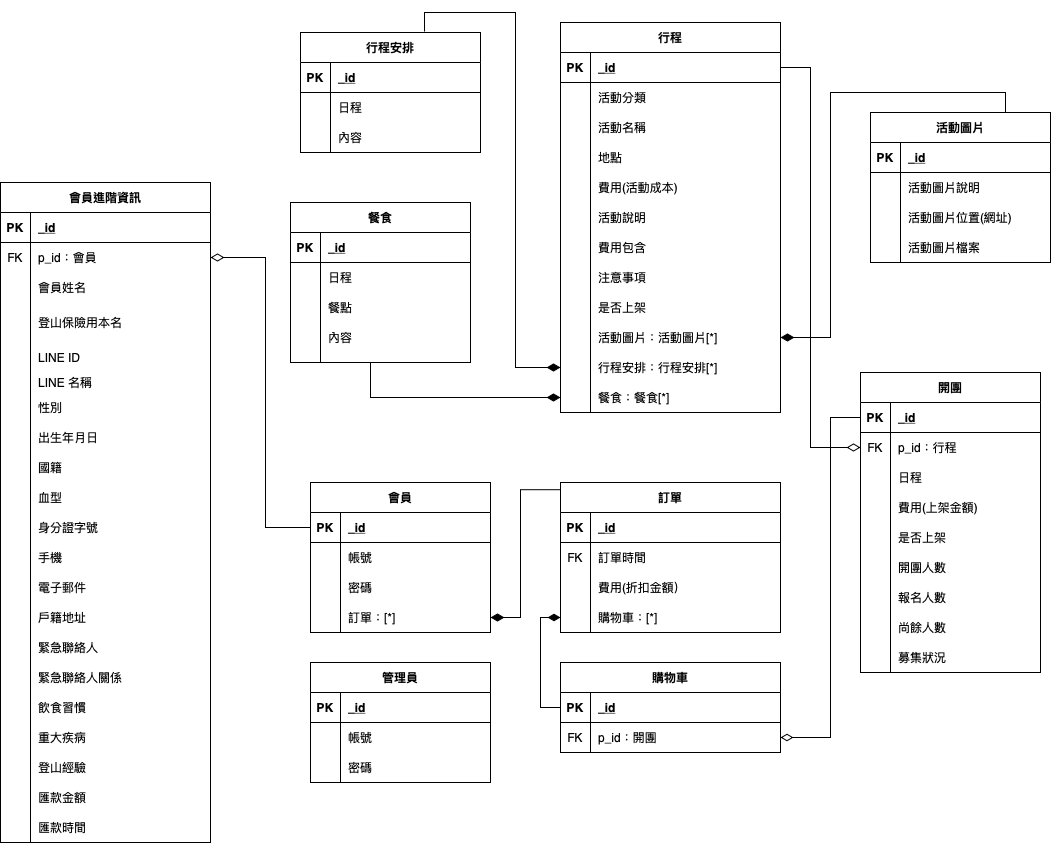
This is Untitled Diagram.png from Yizi-Yeh/MT-Databaseplanning, a draw.io export, as it was before one commit. Source tidied: cells renumbered, new cells last; positions are measured from the earlier drawing's top-left corner, leaving out a move shared by most shapes.
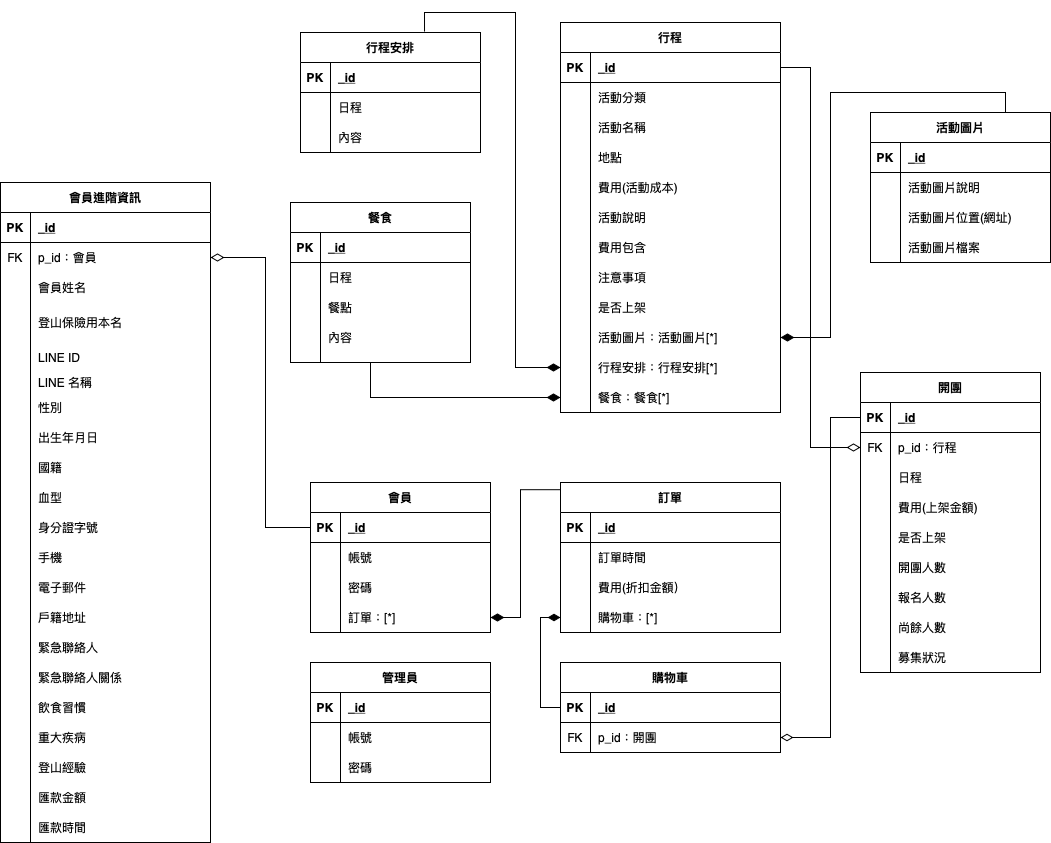
Later version of the same file.

Commit message:
資料庫規劃_R12.png

What changed in the source:
```diff
@@ -359,7 +359,7 @@
     <mxCell id="120" style="shape=partialRectangle;fillColor=none;top=0;left=0;bottom=0;right=0;" parent="116" vertex="1">
       <mxGeometry y="60" width="220" height="30" as="geometry" />
     </mxCell>
-    <mxCell id="121" value="FK" style="shape=partialRectangle;fillColor=none;top=0;left=0;bottom=0;right=0;overflow=hidden;" parent="120" vertex="1">
+    <mxCell id="121" style="shape=partialRectangle;fillColor=none;top=0;left=0;bottom=0;right=0;overflow=hidden;" parent="120" vertex="1">
       <mxGeometry width="30" height="30" as="geometry" />
     </mxCell>
     <mxCell id="122" value="訂單時間" style="shape=partialRectangle;fillColor=none;top=0;left=0;bottom=0;right=0;align=left;spacingLeft=6;overflow=hidden;" parent="120" vertex="1">
```
